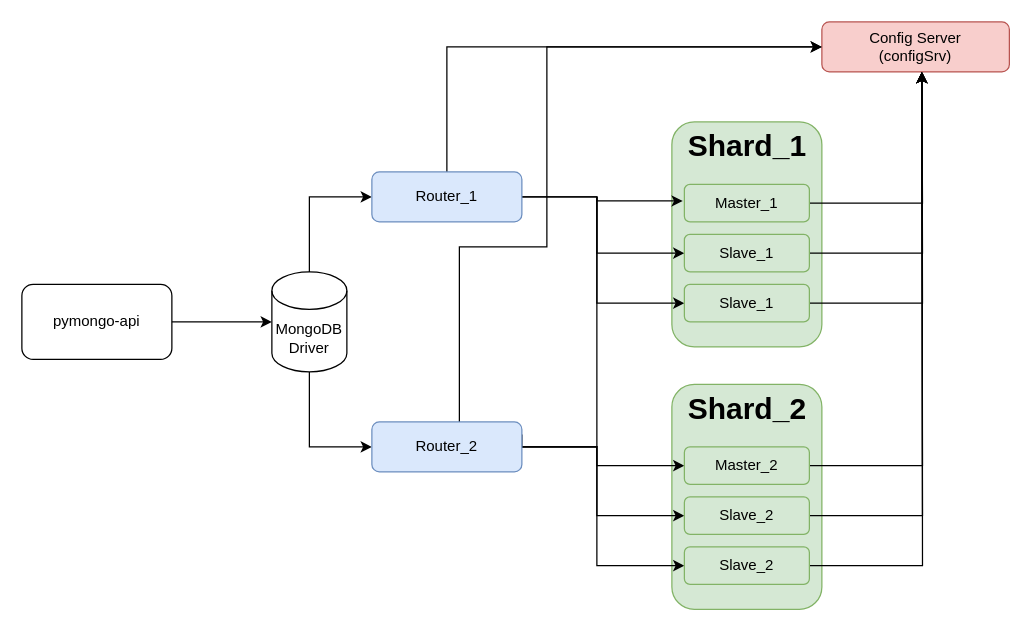
Above: page "sprint_2: task_1.2" (3 of 4) of task1.drawio in fireflysmk/architecture-sprint-2 (draw.io), before the change. Source tidied: cells renumbered, new cells numbered last; positions are measured from the earlier drawing's top-left corner, leaving out a move shared by most shapes. Both pictures are drawn from the tidied source at 125%, with x=0, y=0 at pixel (21, 21).
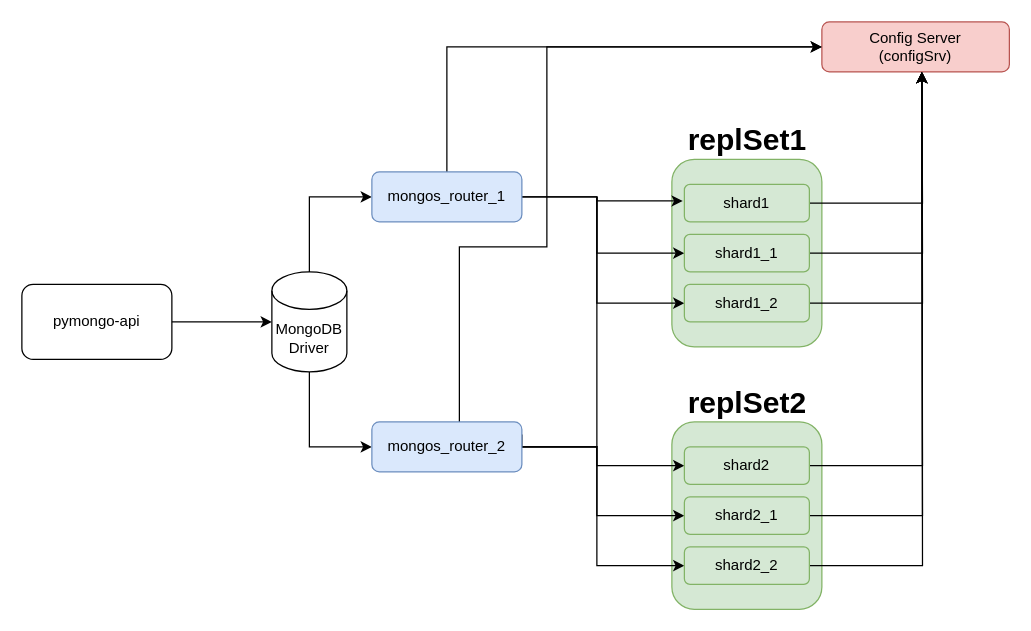
Above is the later version.

Change to the diagram source:
```diff
@@
     <mxCell id="8" value="&lt;div&gt;&lt;br&gt;&lt;/div&gt;" style="rounded=1;whiteSpace=wrap;html=1;fillColor=#d5e8d4;strokeColor=#82b366;" parent="1" vertex="1">
-      <mxGeometry x="520" y="80" width="120" height="180" as="geometry" />
+      <mxGeometry x="520" y="110" width="120" height="150" as="geometry" />
     </mxCell>
     <mxCell id="9" style="rounded=1;whiteSpace=wrap;html=1;fillColor=#d5e8d4;strokeColor=#82b366;" parent="1" vertex="1">
-      <mxGeometry x="520" y="290" width="120" height="180" as="geometry" />
+      <mxGeometry x="520" y="320" width="120" height="150" as="geometry" />
     </mxCell>
@@
-    <mxCell id="13" value="Router_1" style="rounded=1;whiteSpace=wrap;html=1;fillColor=#dae8fc;strokeColor=#6c8ebf;" parent="1" vertex="1">
+    <mxCell id="13" value="mongos_router_1" style="rounded=1;whiteSpace=wrap;html=1;fillColor=#dae8fc;strokeColor=#6c8ebf;" parent="1" vertex="1">
       <mxGeometry x="280" y="120" width="120" height="40" as="geometry" />
     </mxCell>
@@
-    <mxCell id="18" value="Router_2" style="rounded=1;whiteSpace=wrap;html=1;fillColor=#dae8fc;strokeColor=#6c8ebf;" parent="1" vertex="1">
+    <mxCell id="18" value="mongos_router_2" style="rounded=1;whiteSpace=wrap;html=1;fillColor=#dae8fc;strokeColor=#6c8ebf;" parent="1" vertex="1">
       <mxGeometry x="280" y="320" width="120" height="40" as="geometry" />
     </mxCell>
@@
-    <mxCell id="20" value="Shard_1" style="text;strokeColor=none;fillColor=none;html=1;fontSize=24;fontStyle=1;verticalAlign=middle;align=center;" parent="1" vertex="1">
-      <mxGeometry x="530" y="90" width="100" height="20" as="geometry" />
-    </mxCell>
@@
-    <mxCell id="22" value="Master_1" style="rounded=1;whiteSpace=wrap;html=1;fillColor=#d5e8d4;strokeColor=#82b366;" parent="1" vertex="1">
+    <mxCell id="22" value="shard1" style="rounded=1;whiteSpace=wrap;html=1;fillColor=#d5e8d4;strokeColor=#82b366;" parent="1" vertex="1">
       <mxGeometry x="530" y="130" width="100" height="30" as="geometry" />
     </mxCell>
@@
-    <mxCell id="24" value="Slave_1" style="rounded=1;whiteSpace=wrap;html=1;fillColor=#d5e8d4;strokeColor=#82b366;" parent="1" vertex="1">
+    <mxCell id="24" value="shard1_1" style="rounded=1;whiteSpace=wrap;html=1;fillColor=#d5e8d4;strokeColor=#82b366;" parent="1" vertex="1">
       <mxGeometry x="530" y="170" width="100" height="30" as="geometry" />
     </mxCell>
@@
-    <mxCell id="26" value="Slave_1" style="rounded=1;whiteSpace=wrap;html=1;fillColor=#d5e8d4;strokeColor=#82b366;" parent="1" vertex="1">
+    <mxCell id="26" value="shard1_2" style="rounded=1;whiteSpace=wrap;html=1;fillColor=#d5e8d4;strokeColor=#82b366;" parent="1" vertex="1">
       <mxGeometry x="530" y="210" width="100" height="30" as="geometry" />
     </mxCell>
@@
-    <mxCell id="28" value="Master_2" style="rounded=1;whiteSpace=wrap;html=1;fillColor=#d5e8d4;strokeColor=#82b366;" parent="1" vertex="1">
+    <mxCell id="28" value="shard2" style="rounded=1;whiteSpace=wrap;html=1;fillColor=#d5e8d4;strokeColor=#82b366;" parent="1" vertex="1">
       <mxGeometry x="530" y="340" width="100" height="30" as="geometry" />
     </mxCell>
-    <mxCell id="29" value="Shard_2" style="text;strokeColor=none;fillColor=none;html=1;fontSize=24;fontStyle=1;verticalAlign=middle;align=center;" parent="1" vertex="1">
-      <mxGeometry x="530" y="300" width="100" height="20" as="geometry" />
-    </mxCell>
@@
-    <mxCell id="31" value="Slave_2" style="rounded=1;whiteSpace=wrap;html=1;fillColor=#d5e8d4;strokeColor=#82b366;" parent="1" vertex="1">
+    <mxCell id="31" value="shard2_1" style="rounded=1;whiteSpace=wrap;html=1;fillColor=#d5e8d4;strokeColor=#82b366;" parent="1" vertex="1">
       <mxGeometry x="530" y="380" width="100" height="30" as="geometry" />
     </mxCell>
@@
-    <mxCell id="33" value="Slave_2" style="rounded=1;whiteSpace=wrap;html=1;fillColor=#d5e8d4;strokeColor=#82b366;" parent="1" vertex="1">
+    <mxCell id="33" value="shard2_2" style="rounded=1;whiteSpace=wrap;html=1;fillColor=#d5e8d4;strokeColor=#82b366;" parent="1" vertex="1">
       <mxGeometry x="530" y="420" width="100" height="30" as="geometry" />
     </mxCell>
@@
+    <mxCell id="35" value="replSet2" style="text;strokeColor=none;fillColor=none;html=1;fontSize=24;fontStyle=1;verticalAlign=middle;align=center;" parent="1" vertex="1">
+      <mxGeometry x="530" y="300" width="100" height="10" as="geometry" />
+    </mxCell>
+    <mxCell id="36" value="replSet1" style="text;strokeColor=none;fillColor=none;html=1;fontSize=24;fontStyle=1;verticalAlign=middle;align=center;" parent="1" vertex="1">
+      <mxGeometry x="530" y="90" width="100" height="10" as="geometry" />
+    </mxCell>
```
